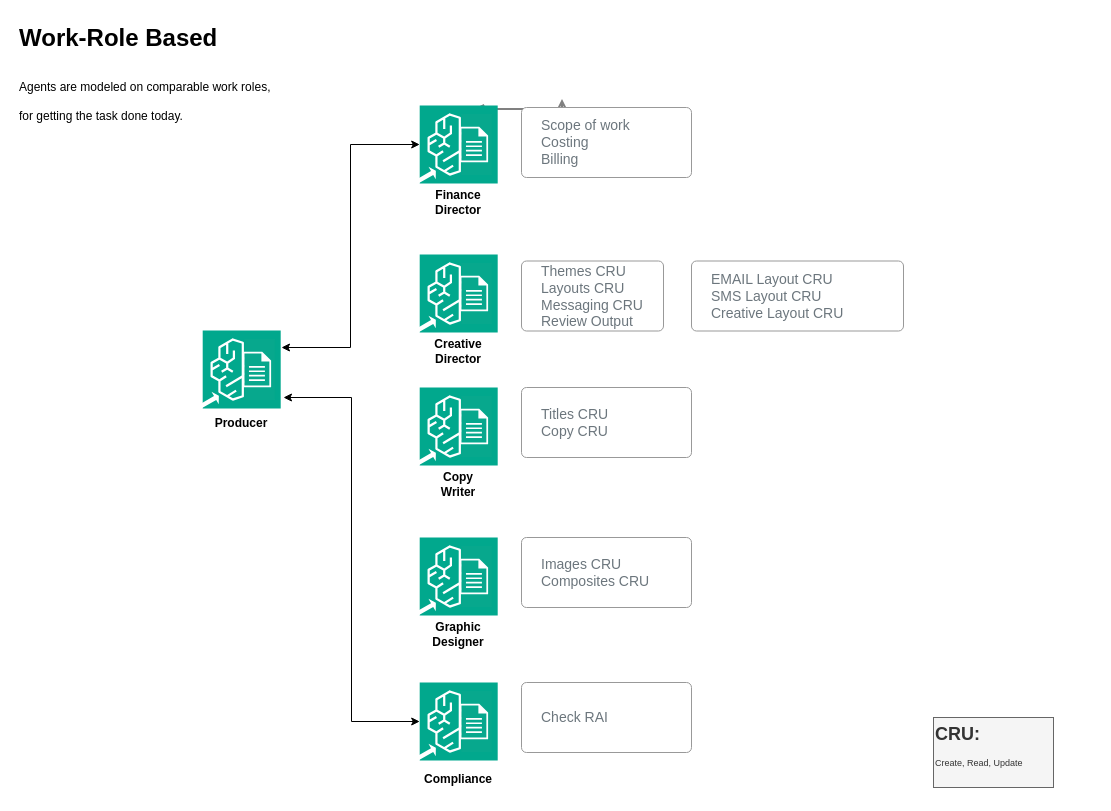
This is page "Work-Role-Based" (1 of 2) of nova-agents-poc.drawio from toby-fotherby/arch-diagrams, a draw.io file, before an edit. Source tidied: cells renumbered, new cells numbered last; positions are measured from the earlier drawing's top-left corner, leaving out a move shared by most shapes. Both pictures are drawn from the tidied source at 100%, with x=0, y=0 at pixel (17, 17).
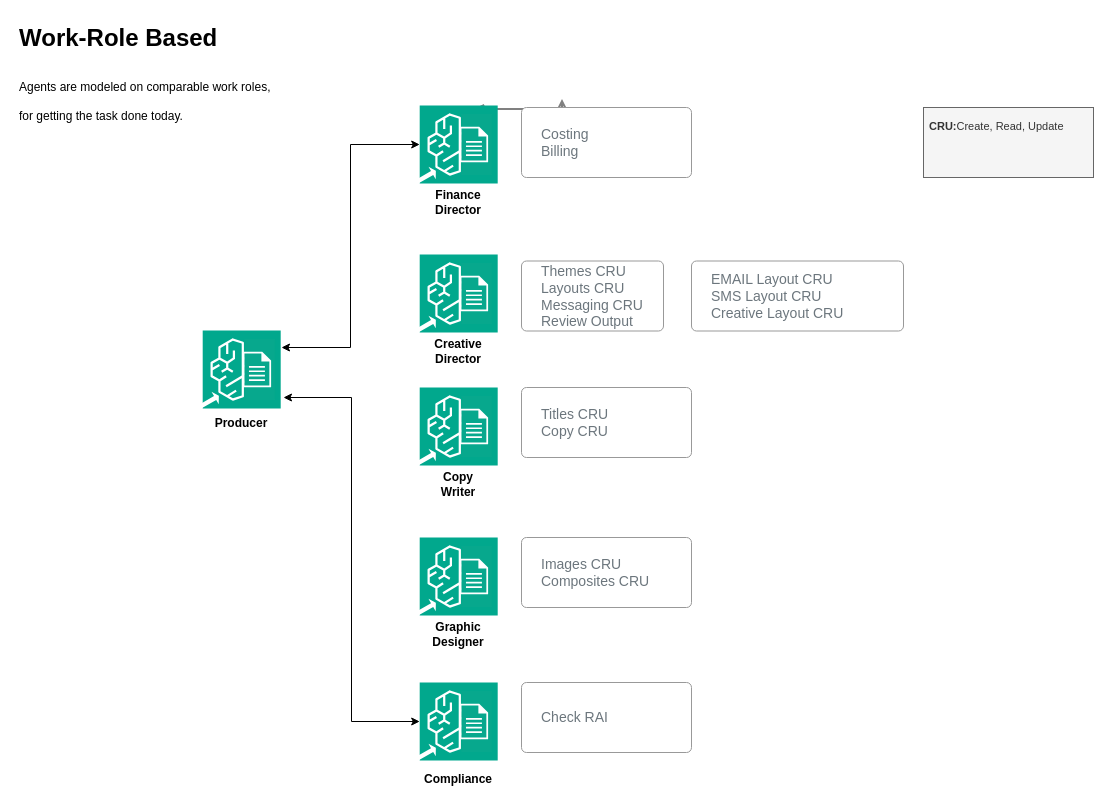
The same diagram, later.

Diff of the diagram source:
```diff
@@
-    <mxCell id="41" value="&lt;div&gt;&lt;span style=&quot;background-color: transparent; color: light-dark(rgb(108, 118, 125), rgb(131, 139, 145));&quot;&gt;Scope of work&lt;/span&gt;&lt;/div&gt;&lt;div&gt;Costing&lt;/div&gt;&lt;div&gt;Billing&lt;/div&gt;" style="html=1;shadow=0;dashed=0;shape=mxgraph.bootstrap.rrect;rSize=5;strokeColor=#999999;strokeWidth=1;fillColor=#FFFFFF;fontColor=#6C767D;whiteSpace=wrap;align=left;verticalAlign=middle;spacingLeft=10;fontSize=14;spacing=10;" parent="1" vertex="1">
+    <mxCell id="41" value="&lt;div&gt;&lt;span style=&quot;background-color: transparent; color: light-dark(rgb(108, 118, 125), rgb(131, 139, 145));&quot;&gt;Costing&lt;/span&gt;&lt;/div&gt;&lt;div&gt;Billing&lt;/div&gt;" style="html=1;shadow=0;dashed=0;shape=mxgraph.bootstrap.rrect;rSize=5;strokeColor=#999999;strokeWidth=1;fillColor=#FFFFFF;fontColor=#6C767D;whiteSpace=wrap;align=left;verticalAlign=middle;spacingLeft=10;fontSize=14;spacing=10;" parent="1" vertex="1">
       <mxGeometry x="504" y="90" width="170" height="70" as="geometry" />
     </mxCell>
@@
-    <mxCell id="52" value="&lt;h1 style=&quot;margin-top: 0px;&quot;&gt;CRU:&lt;/h1&gt;&lt;p&gt;Create, Read, Update&lt;/p&gt;" style="text;html=1;whiteSpace=wrap;overflow=hidden;rounded=0;fontSize=9;fillColor=#f5f5f5;fontColor=#333333;strokeColor=#666666;" parent="1" vertex="1">
-      <mxGeometry x="916" y="700" width="120" height="70" as="geometry" />
+    <mxCell id="52" value="&lt;h1 style=&quot;margin-top: 0px;&quot;&gt;&lt;font style=&quot;font-size: 11px;&quot;&gt;CRU:&lt;/font&gt;&lt;span style=&quot;font-size: 11px; background-color: transparent; color: light-dark(rgb(51, 51, 51), rgb(193, 193, 193)); font-weight: normal;&quot;&gt;Create, Read, Update&lt;/span&gt;&lt;/h1&gt;" style="text;html=1;whiteSpace=wrap;overflow=hidden;rounded=0;fontSize=9;fillColor=#f5f5f5;fontColor=#333333;strokeColor=#666666;spacingLeft=4;" parent="1" vertex="1">
+      <mxGeometry x="906" y="90" width="170" height="70" as="geometry" />
     </mxCell>
```
